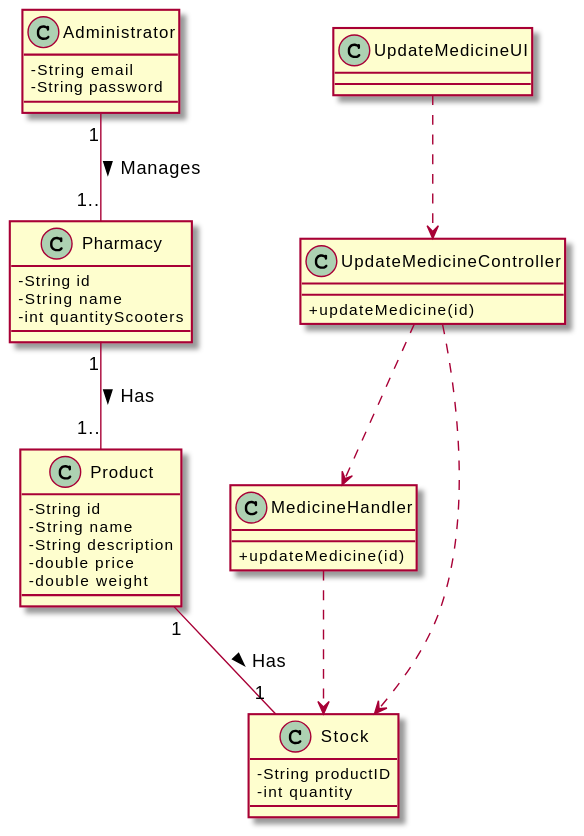
This is Documents/UC8/UC8_CD.svg from 1190452/LAPR3, a PlantUML export, as it was before one commit.
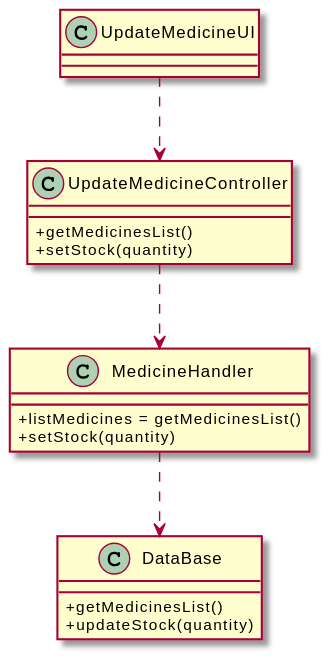
The same file after the commit.

Commit message:
AUCMN1-205 #close #comment changes to the SD and CD diagrams

The edit, as a diff of the source:
```diff
@@ -1,49 +1,31 @@
 @startuml
 skinparam classAttributeIconSize 0
 
+
+
+
 class UpdateMedicineController {
-  +updateMedicine(id)
+  +getMedicinesList()
+  +setStock(quantity)
 }
 
-class UpdateMedicineUI {
+class UpdateMedicineUI  {
 }
 
 class MedicineHandler{
-    +updateMedicine(id)
+    +listMedicines = getMedicinesList()
+    +setStock(quantity)
 }
 
-class Product {
-  -String id
-  -String name
-  -String description
-  -double price
-  -double weight
-
-}
-
-class Administrator{
-  -String email
-  -String password
-}
-
-class Pharmacy {
-  -String id
-  -String name
-  -int quantityScooters
-  }
-
-class Stock {
-  -String productID
-  -int quantity
+class DataBase{
+    +getMedicinesList()
+    +updateStock(quantity)
 }
 
 
-UpdateMedicineUI ..> UpdateMedicineController
+
+
+UpdateMedicineUI  ..> UpdateMedicineController
 UpdateMedicineController ..> MedicineHandler
-UpdateMedicineController ..> Stock
-MedicineHandler ..> Stock
-
-Pharmacy "1" -- "1.." Product: Has >
-Product "1" -- "1" Stock: Has >
-Administrator "1" -- "1.." Pharmacy: Manages >
+MedicineHandler ..> DataBase
 @enduml
```
